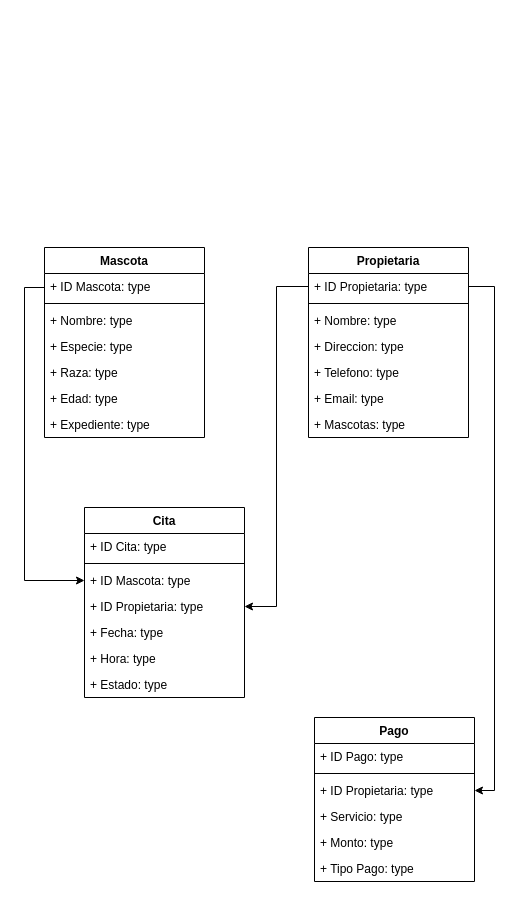
Earlier version of the draw.io diagram Diagrama sin título.drawio (NixieNixi/diagramaClases). Source tidied: cells renumbered, new cells numbered last; positions are measured from the earlier drawing's top-left corner, leaving out a move shared by most shapes. Both pictures are drawn from the tidied source at 100%, with x=0, y=0 at pixel (24, 247).
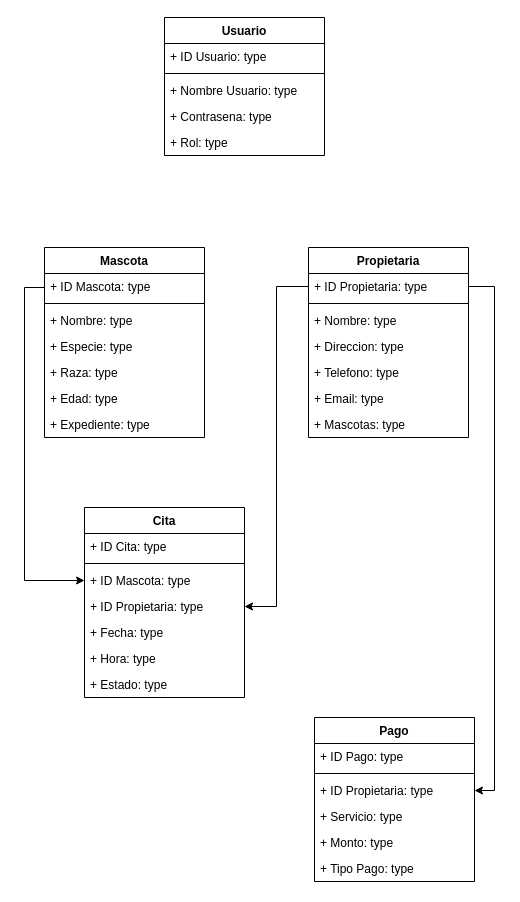
After the change.

Commit message:
Clae Usuario

Diff of the diagram source:
```diff
@@
+    <mxCell id="36" value="Usuario" style="swimlane;fontStyle=1;align=center;verticalAlign=top;horizontal=1;startSize=26;whiteSpace=wrap;html=1;" parent="1" vertex="1">
+      <mxGeometry x="140" y="-230" width="160" height="138" as="geometry" />
+    </mxCell>
+    <mxCell id="37" value="+ ID Usuario: type" style="text;strokeColor=none;fillColor=none;align=left;verticalAlign=top;spacingLeft=4;spacingRight=4;overflow=hidden;whiteSpace=wrap;html=1;" parent="36" vertex="1">
+      <mxGeometry y="26" width="160" height="26" as="geometry" />
+    </mxCell>
+    <mxCell id="38" style="line;strokeWidth=1;fillColor=none;align=left;verticalAlign=middle;spacingTop=-1;spacingLeft=3;spacingRight=3;labelPosition=right;strokeColor=inherit;" parent="36" vertex="1">
+      <mxGeometry y="52" width="160" height="8" as="geometry" />
+    </mxCell>
+    <mxCell id="39" value="+ Nombre Usuario: type" style="text;strokeColor=none;fillColor=none;align=left;verticalAlign=top;spacingLeft=4;spacingRight=4;overflow=hidden;whiteSpace=wrap;html=1;" parent="36" vertex="1">
+      <mxGeometry y="60" width="160" height="26" as="geometry" />
+    </mxCell>
+    <mxCell id="40" value="+ Contrasena&lt;span style=&quot;background-color: initial;&quot;&gt;: type&lt;/span&gt;" style="text;strokeColor=none;fillColor=none;align=left;verticalAlign=top;spacingLeft=4;spacingRight=4;overflow=hidden;whiteSpace=wrap;html=1;" parent="36" vertex="1">
+      <mxGeometry y="86" width="160" height="26" as="geometry" />
+    </mxCell>
+    <mxCell id="41" value="+ Rol: type" style="text;strokeColor=none;fillColor=none;align=left;verticalAlign=top;spacingLeft=4;spacingRight=4;overflow=hidden;whiteSpace=wrap;html=1;" parent="36" vertex="1">
+      <mxGeometry y="112" width="160" height="26" as="geometry" />
+    </mxCell>
```
